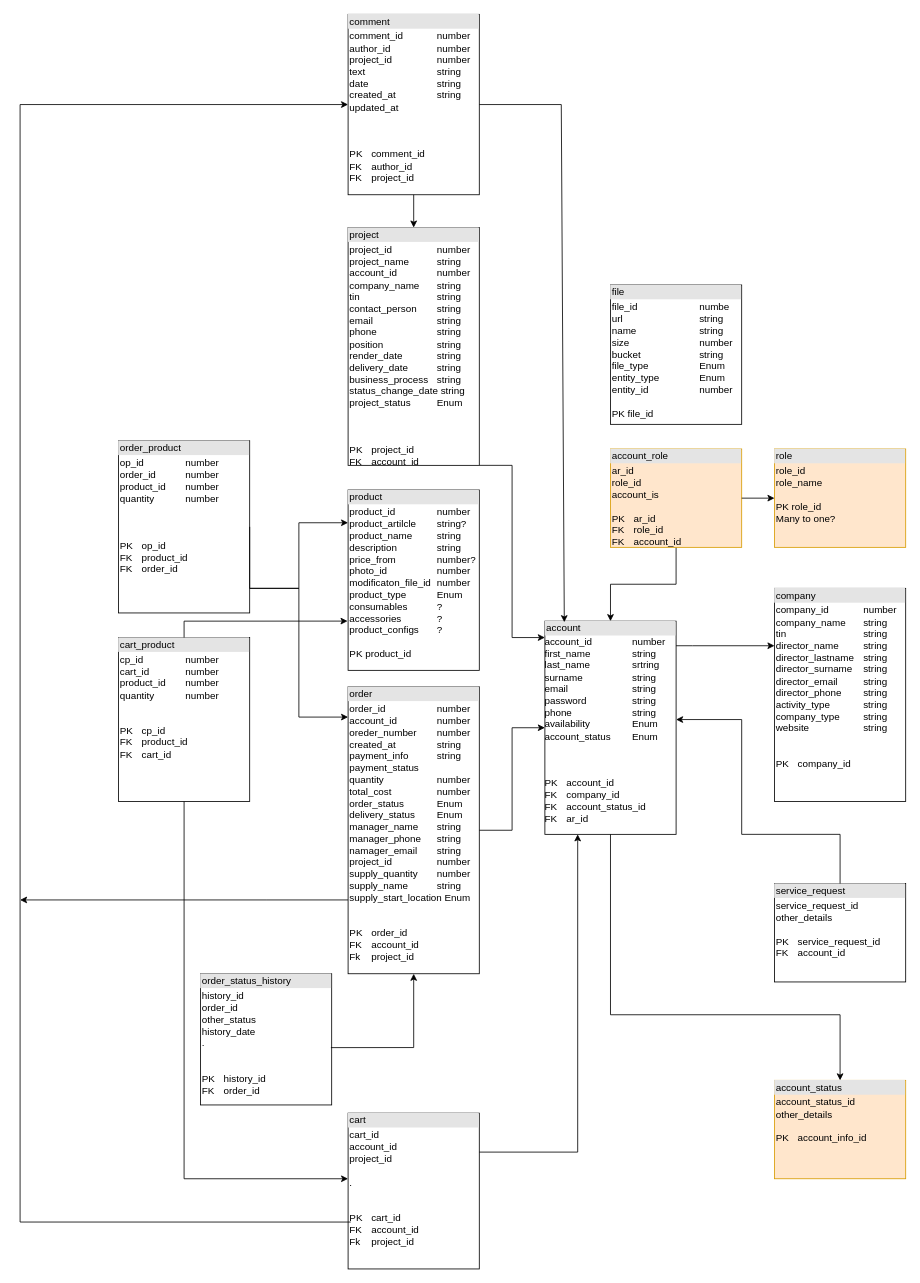
The draw.io diagram Диаграмма без названия.drawio in zanchess/design-patterns, before the edit. Source tidied: cells renumbered, new cells numbered last; positions are measured from the earlier drawing's top-left corner, leaving out a move shared by most shapes. Both pictures are drawn from the tidied source at 82%, with x=0, y=0 at pixel (20, 14).
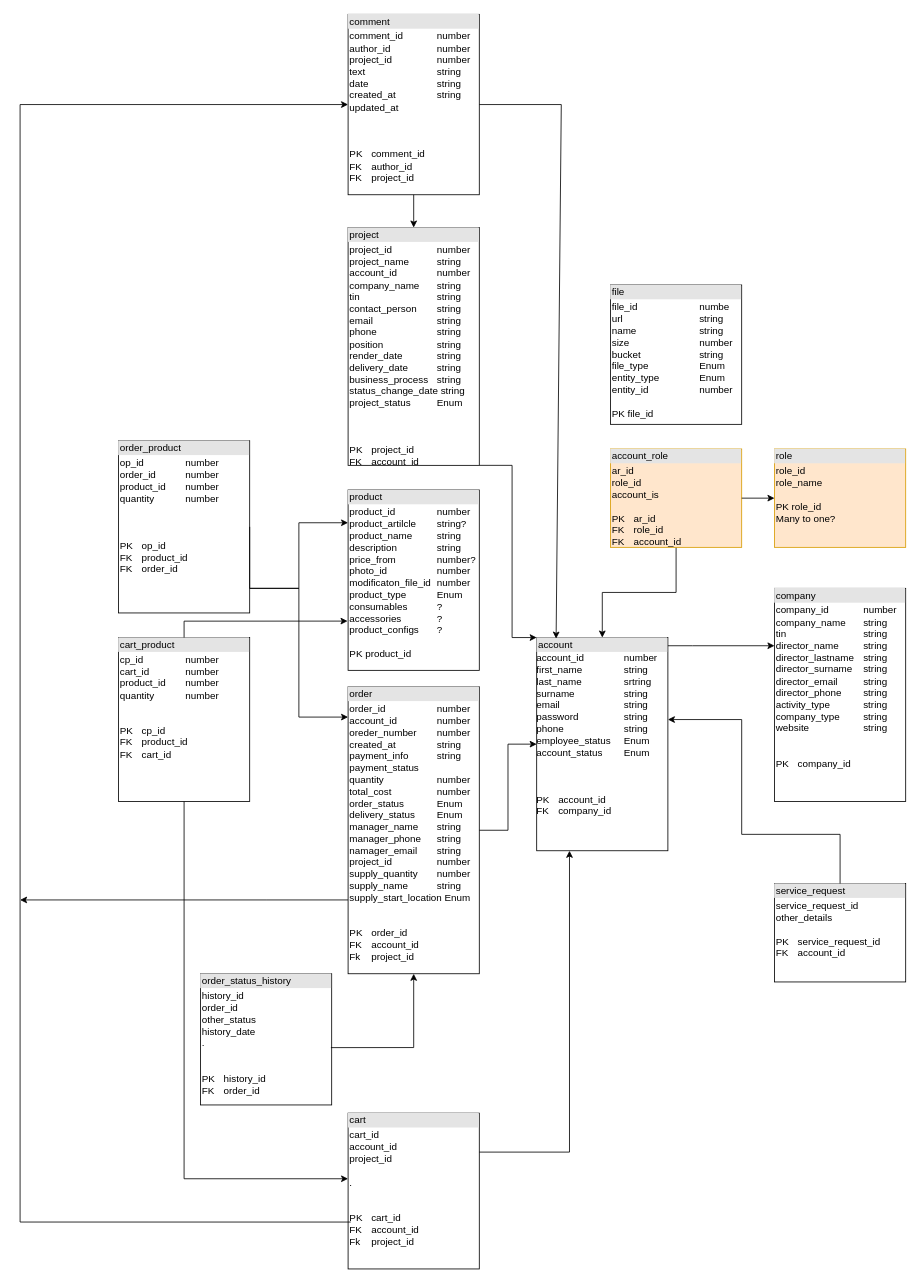
The same diagram, later.

Change to the diagram source:
```diff
@@
-    <mxCell id="2" value="&lt;div style=&quot;box-sizing:border-box;width:100%;background:#e4e4e4;padding:2px;&quot;&gt;account&lt;/div&gt;&lt;div&gt;account_id&lt;span style=&quot;white-space: pre;&quot;&gt;&#9;&lt;/span&gt;&lt;span style=&quot;white-space: pre;&quot;&gt;&#9;&lt;/span&gt;number&lt;/div&gt;&lt;div&gt;first_name&lt;span style=&quot;white-space: pre;&quot;&gt;&#9;&lt;/span&gt;&lt;span style=&quot;white-space: pre;&quot;&gt;&#9;&lt;/span&gt;string&lt;/div&gt;&lt;div&gt;last_name&lt;span style=&quot;white-space: pre;&quot;&gt;&#9;&lt;/span&gt;&lt;span style=&quot;white-space: pre;&quot;&gt;&#9;&lt;/span&gt;srtring&lt;/div&gt;&lt;div&gt;surname&lt;span style=&quot;white-space: pre;&quot;&gt;&#9;&lt;/span&gt;&lt;span style=&quot;white-space: pre;&quot;&gt;&#9;&lt;/span&gt;&lt;span style=&quot;white-space: pre;&quot;&gt;&#9;&lt;/span&gt;string&lt;/div&gt;&lt;div&gt;email&lt;span style=&quot;white-space: pre;&quot;&gt;&#9;&lt;/span&gt;&lt;span style=&quot;white-space: pre;&quot;&gt;&#9;&lt;/span&gt;&lt;span style=&quot;white-space: pre;&quot;&gt;&#9;&lt;/span&gt;string&lt;/div&gt;&lt;div&gt;password&lt;span style=&quot;white-space: pre;&quot;&gt;&#9;&lt;/span&gt;&lt;span style=&quot;white-space: pre;&quot;&gt;&#9;&lt;/span&gt;&lt;span style=&quot;white-space: pre;&quot;&gt;&#9;&lt;/span&gt;string&lt;/div&gt;&lt;div&gt;phone&lt;span style=&quot;white-space: pre;&quot;&gt;&#9;&lt;/span&gt;&lt;span style=&quot;white-space: pre;&quot;&gt;&#9;&lt;/span&gt;&lt;span style=&quot;white-space: pre;&quot;&gt;&#9;&lt;/span&gt;string&lt;/div&gt;&lt;div&gt;availability&lt;span style=&quot;white-space: pre;&quot;&gt;&#9;&lt;/span&gt;&lt;span style=&quot;white-space: pre;&quot;&gt;&#9;&lt;/span&gt;Enum&lt;/div&gt;&lt;div&gt;account_status&lt;span style=&quot;white-space: pre;&quot;&gt;&#9;&lt;/span&gt;Enum&lt;/div&gt;&lt;div&gt;&lt;br&gt;&lt;/div&gt;&lt;div&gt;&lt;br&gt;&lt;/div&gt;&lt;div&gt;&lt;br&gt;&lt;/div&gt;PK&lt;span style=&quot;white-space: pre;&quot;&gt;&#9;&lt;/span&gt;account_id&lt;div&gt;FK&lt;span style=&quot;white-space: pre;&quot;&gt;&#9;&lt;/span&gt;company_id&lt;/div&gt;&lt;div&gt;FK&lt;span style=&quot;white-space: pre;&quot;&gt;&#9;&lt;/span&gt;account_status_id&lt;/div&gt;&lt;div&gt;FK&lt;span style=&quot;white-space: pre;&quot;&gt;&#9;&lt;/span&gt;ar_id&lt;br&gt;&lt;div&gt;&lt;table style=&quot;width:100%;font-size:1em;&quot; cellpadding=&quot;2&quot; cellspacing=&quot;0&quot;&gt;&lt;tbody&gt;&lt;/tbody&gt;&lt;/table&gt;&lt;/div&gt;&lt;/div&gt;" style="verticalAlign=top;align=left;overflow=fill;html=1;whiteSpace=wrap;" parent="1" vertex="1">
-      <mxGeometry x="640" y="740" width="160" height="260" as="geometry" />
+    <mxCell id="2" value="&lt;div style=&quot;box-sizing:border-box;width:100%;background:#e4e4e4;padding:2px;&quot;&gt;account&lt;/div&gt;&lt;div&gt;account_id&lt;span style=&quot;white-space: pre;&quot;&gt;&#9;&lt;/span&gt;&lt;span style=&quot;white-space: pre;&quot;&gt;&#9;&lt;/span&gt;number&lt;/div&gt;&lt;div&gt;first_name&lt;span style=&quot;white-space: pre;&quot;&gt;&#9;&lt;/span&gt;&lt;span style=&quot;white-space: pre;&quot;&gt;&#9;&lt;/span&gt;string&lt;/div&gt;&lt;div&gt;last_name&lt;span style=&quot;white-space: pre;&quot;&gt;&#9;&lt;/span&gt;&lt;span style=&quot;white-space: pre;&quot;&gt;&#9;&lt;/span&gt;srtring&lt;/div&gt;&lt;div&gt;surname&lt;span style=&quot;white-space: pre;&quot;&gt;&#9;&lt;/span&gt;&lt;span style=&quot;white-space: pre;&quot;&gt;&#9;&lt;/span&gt;&lt;span style=&quot;white-space: pre;&quot;&gt;&#9;&lt;/span&gt;string&lt;/div&gt;&lt;div&gt;email&lt;span style=&quot;white-space: pre;&quot;&gt;&#9;&lt;/span&gt;&lt;span style=&quot;white-space: pre;&quot;&gt;&#9;&lt;/span&gt;&lt;span style=&quot;white-space: pre;&quot;&gt;&#9;&lt;/span&gt;string&lt;/div&gt;&lt;div&gt;password&lt;span style=&quot;white-space: pre;&quot;&gt;&#9;&lt;/span&gt;&lt;span style=&quot;white-space: pre;&quot;&gt;&#9;&lt;/span&gt;&lt;span style=&quot;white-space: pre;&quot;&gt;&#9;&lt;/span&gt;string&lt;/div&gt;&lt;div&gt;phone&lt;span style=&quot;white-space: pre;&quot;&gt;&#9;&lt;/span&gt;&lt;span style=&quot;white-space: pre;&quot;&gt;&#9;&lt;/span&gt;&lt;span style=&quot;white-space: pre;&quot;&gt;&#9;&lt;/span&gt;string&lt;/div&gt;&lt;div&gt;employee_status&lt;span style=&quot;white-space: pre;&quot;&gt;&#9;&lt;/span&gt;Enum&lt;/div&gt;&lt;div&gt;account_status&lt;span style=&quot;white-space: pre;&quot;&gt;&#9;&lt;/span&gt;Enum&lt;/div&gt;&lt;div&gt;&lt;br&gt;&lt;/div&gt;&lt;div&gt;&lt;br&gt;&lt;/div&gt;&lt;div&gt;&lt;br&gt;&lt;/div&gt;PK&lt;span style=&quot;white-space: pre;&quot;&gt;&#9;&lt;/span&gt;account_id&lt;div&gt;FK&lt;span style=&quot;white-space: pre;&quot;&gt;&#9;&lt;/span&gt;company_id&lt;/div&gt;&lt;div&gt;&lt;div&gt;&lt;table style=&quot;width:100%;font-size:1em;&quot; cellpadding=&quot;2&quot; cellspacing=&quot;0&quot;&gt;&lt;tbody&gt;&lt;/tbody&gt;&lt;/table&gt;&lt;/div&gt;&lt;/div&gt;" style="verticalAlign=top;align=left;overflow=fill;html=1;whiteSpace=wrap;" parent="1" vertex="1">
+      <mxGeometry x="630" y="760" width="160" height="260" as="geometry" />
     </mxCell>
@@
-    <mxCell id="22" value="&lt;div style=&quot;box-sizing:border-box;width:100%;background:#e4e4e4;padding:2px;&quot;&gt;account_status&lt;/div&gt;&lt;table style=&quot;width:100%;font-size:1em;&quot; cellpadding=&quot;2&quot; cellspacing=&quot;0&quot;&gt;&lt;tbody&gt;&lt;tr&gt;&lt;td&gt;&lt;div&gt;account_status_id&lt;/div&gt;&lt;div&gt;other_details&lt;/div&gt;&lt;div&gt;&lt;br&gt;&lt;/div&gt;PK&lt;span style=&quot;white-space: pre;&quot;&gt;&#9;&lt;/span&gt;account_info_id&lt;/td&gt;&lt;td&gt;&lt;/td&gt;&lt;/tr&gt;&lt;tr&gt;&lt;td&gt;&lt;/td&gt;&lt;td&gt;&lt;br&gt;&lt;/td&gt;&lt;/tr&gt;&lt;/tbody&gt;&lt;/table&gt;" style="verticalAlign=top;align=left;overflow=fill;html=1;whiteSpace=wrap;fillColor=#ffe6cc;strokeColor=#d79b00;" parent="1" vertex="1">
-      <mxGeometry x="920" y="1300" width="160" height="120" as="geometry" />
-    </mxCell>
-    <mxCell id="23" style="edgeStyle=orthogonalEdgeStyle;rounded=0;jettySize=auto;html=1;" parent="1" edge="1" source="2" target="22">
-      <mxGeometry relative="1" as="geometry">
-        <Array as="points">
-          <mxPoint x="720" y="1220" />
-          <mxPoint x="1000" y="1220" />
-        </Array>
-      </mxGeometry>
-    </mxCell>
```
